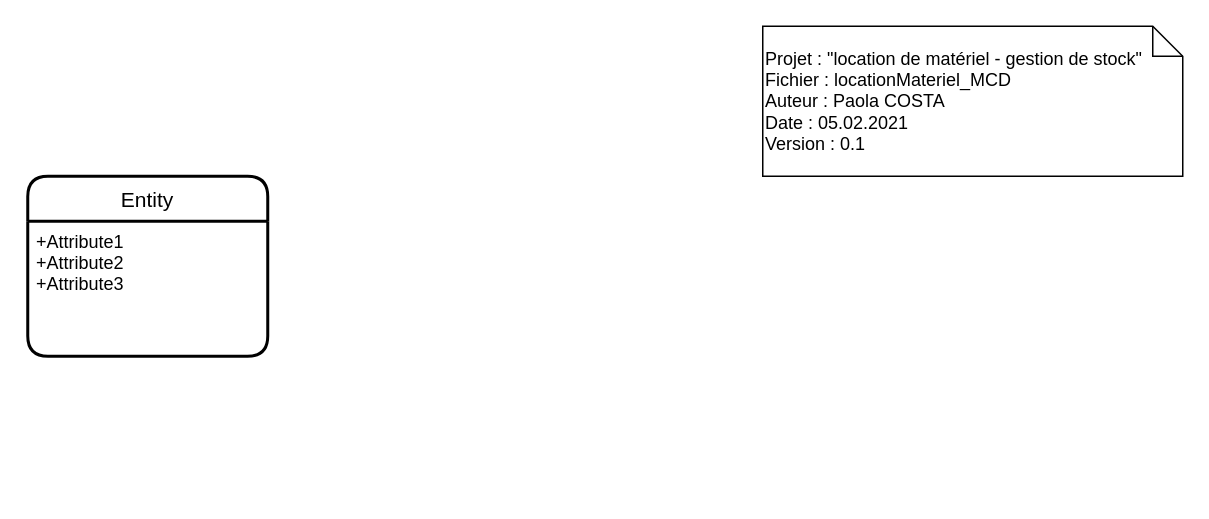
Before: fichiersModifiables/BDD/locationMateriel_MCD.drawio in AhVen98/gestionStocks_preTPI, a draw.io diagram. Source tidied: cells renumbered, new cells numbered last; positions are measured from the earlier drawing's top-left corner, leaving out a move shared by most shapes. Both pictures are drawn from the tidied source at 150%, with x=0, y=0 at pixel (27, 26).
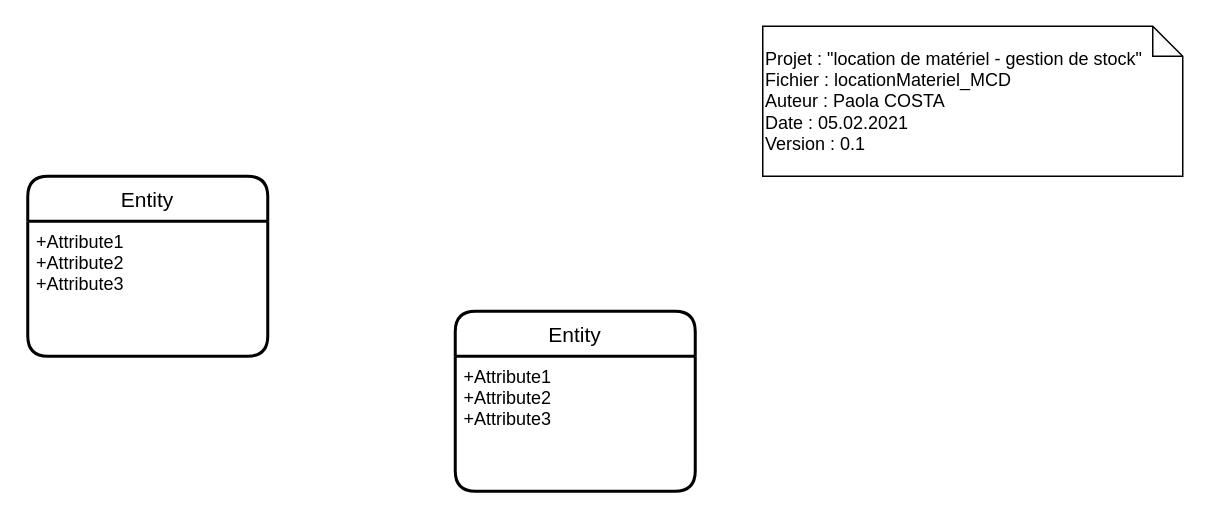
The same diagram, later.

Commit message:
fichier drawio pour le MCD

Change to the diagram source:
```diff
@@
 <mxGraphModel>
   <root>
     <mxCell id="0" />
     <mxCell id="1" parent="0" />
     <mxCell id="2" value="Entity" style="swimlane;horizontal=1;startSize=30;rounded=1;fontSize=14;fontStyle=0;strokeWidth=2;shadow=0;dashed=0;align=center;" parent="1" vertex="1">
       <mxGeometry y="100" width="160" height="120" as="geometry" />
     </mxCell>
     <mxCell id="3" value="+Attribute1&#10;+Attribute2&#10;+Attribute3" style="align=left;strokeColor=none;fillColor=none;spacingLeft=4;fontSize=12;verticalAlign=top;" parent="2" vertex="1">
       <mxGeometry y="30" width="160" height="90" as="geometry" />
     </mxCell>
     <mxCell id="4" value="Projet : &quot;location de matériel - gestion de stock&quot;&lt;br&gt;Fichier : locationMateriel_MCD&lt;br&gt;Auteur : Paola COSTA&lt;br&gt;Date : 05.02.2021&lt;br&gt;Version : 0.1&lt;br&gt;" style="shape=note;size=20;whiteSpace=wrap;html=1;align=left;" parent="1" vertex="1">
       <mxGeometry x="490" width="280" height="100" as="geometry" />
     </mxCell>
+    <mxCell id="5" value="Entity" style="swimlane;horizontal=1;startSize=30;rounded=1;fontSize=14;fontStyle=0;strokeWidth=2;shadow=0;dashed=0;align=center;" parent="1" vertex="1">
+      <mxGeometry x="285" y="190" width="160" height="120" as="geometry" />
+    </mxCell>
+    <mxCell id="6" value="+Attribute1&#10;+Attribute2&#10;+Attribute3" style="align=left;strokeColor=none;fillColor=none;spacingLeft=4;fontSize=12;verticalAlign=top;" parent="5" vertex="1">
+      <mxGeometry y="30" width="160" height="90" as="geometry" />
+    </mxCell>
   </root>
 </mxGraphModel>
```
